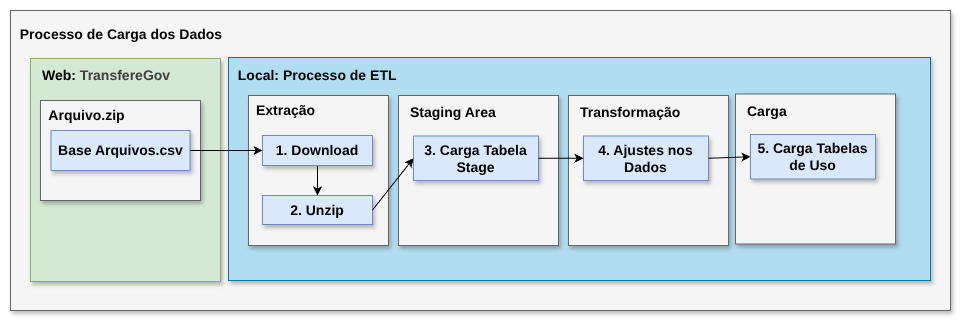
The draw.io diagram docs/arquitetura_etl.png in rafaelfreitaslima29/siconv_valida, before a commit. Source tidied: cells renumbered, new cells last; positions are measured from the earlier drawing's top-left corner, leaving out a move shared by most shapes. Its diagram source:
```xml
<mxGraphModel>
  <root>
    <mxCell id="0" />
    <mxCell id="1" parent="0" />
    <mxCell id="2" style="rounded=0;whiteSpace=wrap;html=1;strokeColor=none;" parent="1" vertex="1">
      <mxGeometry width="960" height="320" as="geometry" />
    </mxCell>
    <mxCell id="3" style="rounded=0;whiteSpace=wrap;html=1;shadow=1;fillColor=#f5f5f5;fontColor=#333333;strokeColor=#666666;" parent="1" vertex="1">
      <mxGeometry x="10" y="10" width="940" height="300" as="geometry" />
    </mxCell>
    <mxCell id="4" value="&lt;b&gt;&lt;font style=&quot;font-size: 14px;&quot;&gt;&amp;nbsp; Processo de Carga dos Dados&lt;/font&gt;&lt;/b&gt;" style="text;html=1;align=left;verticalAlign=middle;whiteSpace=wrap;rounded=0;" parent="1" vertex="1">
      <mxGeometry x="10" y="19" width="230" height="30" as="geometry" />
    </mxCell>
    <mxCell id="5" style="rounded=0;whiteSpace=wrap;html=1;shadow=1;fillColor=#d5e8d4;strokeColor=#82b366;" parent="1" vertex="1">
      <mxGeometry x="30" y="58" width="190" height="223" as="geometry" />
    </mxCell>
    <mxCell id="6" value="&lt;b&gt;&lt;font style=&quot;font-size: 14px;&quot;&gt;Web:&amp;nbsp;&lt;/font&gt;&lt;/b&gt;&lt;b style=&quot;color: rgb(63, 63, 63); scrollbar-color: rgb(226, 226, 226) rgb(251, 251, 251);&quot;&gt;&lt;font style=&quot;color: rgb(63, 63, 63); scrollbar-color: rgb(226, 226, 226) rgb(251, 251, 251); font-size: 14px;&quot;&gt;TransfereGov&lt;/font&gt;&lt;/b&gt;" style="text;html=1;align=left;verticalAlign=middle;whiteSpace=wrap;rounded=0;" parent="1" vertex="1">
      <mxGeometry x="40" y="60" width="170" height="30" as="geometry" />
    </mxCell>
    <mxCell id="7" style="rounded=0;whiteSpace=wrap;html=1;shadow=1;fillColor=#f5f5f5;fontColor=#333333;strokeColor=#666666;" parent="1" vertex="1">
      <mxGeometry x="40" y="100" width="160" height="100" as="geometry" />
    </mxCell>
    <mxCell id="8" value="&lt;b&gt;&lt;font style=&quot;font-size: 14px;&quot;&gt;&amp;nbsp;Arquivo.zip&lt;/font&gt;&lt;/b&gt;" style="text;html=1;align=left;verticalAlign=middle;whiteSpace=wrap;rounded=0;" parent="1" vertex="1">
      <mxGeometry x="42.9" y="100" width="153.4" height="30" as="geometry" />
    </mxCell>
    <mxCell id="9" value="&lt;b&gt;&lt;font style=&quot;font-size: 14px;&quot;&gt;Base Arquivos.csv&lt;/font&gt;&lt;/b&gt;" style="rounded=0;whiteSpace=wrap;html=1;shadow=1;fillColor=#dae8fc;strokeColor=#6c8ebf;" parent="1" vertex="1">
      <mxGeometry x="50.5" y="130" width="139" height="40" as="geometry" />
    </mxCell>
    <mxCell id="10" style="rounded=0;whiteSpace=wrap;html=1;shadow=1;fillColor=#b1ddf0;strokeColor=#10739e;" parent="1" vertex="1">
      <mxGeometry x="228" y="57" width="702" height="223" as="geometry" />
    </mxCell>
    <mxCell id="11" value="&lt;b&gt;&lt;font style=&quot;font-size: 14px;&quot;&gt;&amp;nbsp; Local: Processo de ETL&lt;/font&gt;&lt;/b&gt;" style="text;html=1;align=left;verticalAlign=middle;whiteSpace=wrap;rounded=0;" parent="1" vertex="1">
      <mxGeometry x="228" y="60" width="202.5" height="30" as="geometry" />
    </mxCell>
    <mxCell id="12" style="rounded=0;whiteSpace=wrap;html=1;shadow=1;fillColor=#f5f5f5;fontColor=#333333;strokeColor=#666666;" parent="1" vertex="1">
      <mxGeometry x="398" y="95" width="160" height="150" as="geometry" />
    </mxCell>
    <mxCell id="13" value="&lt;b&gt;&lt;font style=&quot;font-size: 14px;&quot;&gt;Staging Area&lt;/font&gt;&lt;/b&gt;" style="text;html=1;align=left;verticalAlign=middle;whiteSpace=wrap;rounded=0;" parent="1" vertex="1">
      <mxGeometry x="408" y="97" width="130" height="30" as="geometry" />
    </mxCell>
    <mxCell id="14" style="group;" parent="1" vertex="1">
      <mxGeometry x="248" y="95" width="140" height="150" as="geometry" />
    </mxCell>
    <mxCell id="15" style="rounded=0;whiteSpace=wrap;html=1;shadow=1;fillColor=#f5f5f5;fontColor=#333333;strokeColor=#666666;" parent="14" vertex="1">
      <mxGeometry width="140" height="150" as="geometry" />
    </mxCell>
    <mxCell id="16" value="&lt;b&gt;&lt;font style=&quot;font-size: 14px;&quot;&gt;Extração&lt;/font&gt;&lt;/b&gt;" style="text;html=1;align=left;verticalAlign=middle;whiteSpace=wrap;rounded=0;" parent="14" vertex="1">
      <mxGeometry x="6.2" width="133.8" height="30" as="geometry" />
    </mxCell>
    <mxCell id="17" style="edgeStyle=none;html=1;exitX=0.5;exitY=1;exitDx=0;exitDy=0;entryX=0.5;entryY=0;entryDx=0;entryDy=0;" parent="14" edge="1" source="18" target="19">
      <mxGeometry relative="1" as="geometry" />
    </mxCell>
    <mxCell id="18" value="&lt;b&gt;&lt;font style=&quot;font-size: 14px;&quot;&gt;1. Download&lt;/font&gt;&lt;/b&gt;" style="rounded=0;whiteSpace=wrap;html=1;shadow=1;fillColor=#dae8fc;strokeColor=#6c8ebf;" parent="14" vertex="1">
      <mxGeometry x="14" y="40" width="110" height="30" as="geometry" />
    </mxCell>
    <mxCell id="19" value="&lt;b&gt;&lt;font style=&quot;font-size: 14px;&quot;&gt;2. Unzip&lt;/font&gt;&lt;/b&gt;" style="rounded=0;whiteSpace=wrap;html=1;shadow=1;fillColor=#dae8fc;strokeColor=#6c8ebf;" parent="14" vertex="1">
      <mxGeometry x="14" y="100" width="110" height="29" as="geometry" />
    </mxCell>
    <mxCell id="20" style="edgeStyle=none;html=1;exitX=1;exitY=0.5;exitDx=0;exitDy=0;entryX=0;entryY=0.5;entryDx=0;entryDy=0;" parent="1" edge="1" source="9" target="18">
      <mxGeometry relative="1" as="geometry" />
    </mxCell>
    <mxCell id="21" value="&lt;b&gt;&lt;font style=&quot;font-size: 14px;&quot;&gt;3. Carga Tabela Stage&lt;/font&gt;&lt;/b&gt;" style="rounded=0;whiteSpace=wrap;html=1;shadow=1;fillColor=#dae8fc;strokeColor=#6c8ebf;" parent="1" vertex="1">
      <mxGeometry x="413" y="135.5" width="125" height="44.5" as="geometry" />
    </mxCell>
    <mxCell id="22" style="rounded=0;whiteSpace=wrap;html=1;shadow=1;fillColor=#f5f5f5;fontColor=#333333;strokeColor=#666666;" parent="1" vertex="1">
      <mxGeometry x="568" y="95" width="160" height="150" as="geometry" />
    </mxCell>
    <mxCell id="23" value="&lt;b&gt;&lt;font style=&quot;font-size: 14px;&quot;&gt;Transformação&lt;/font&gt;&lt;/b&gt;" style="text;html=1;align=left;verticalAlign=middle;whiteSpace=wrap;rounded=0;" parent="1" vertex="1">
      <mxGeometry x="578" y="97" width="130" height="30" as="geometry" />
    </mxCell>
    <mxCell id="24" value="&lt;b&gt;&lt;font style=&quot;font-size: 14px;&quot;&gt;4. Ajustes nos Dados&lt;/font&gt;&lt;/b&gt;" style="rounded=0;whiteSpace=wrap;html=1;shadow=1;fillColor=#dae8fc;strokeColor=#6c8ebf;" parent="1" vertex="1">
      <mxGeometry x="583" y="135.5" width="125" height="44.5" as="geometry" />
    </mxCell>
    <mxCell id="25" style="rounded=0;whiteSpace=wrap;html=1;shadow=1;fillColor=#f5f5f5;fontColor=#333333;strokeColor=#666666;" parent="1" vertex="1">
      <mxGeometry x="735" y="93.5" width="160" height="150" as="geometry" />
    </mxCell>
    <mxCell id="26" value="&lt;b&gt;&lt;font style=&quot;font-size: 14px;&quot;&gt;Carga&lt;/font&gt;&lt;/b&gt;" style="text;html=1;align=left;verticalAlign=middle;whiteSpace=wrap;rounded=0;" parent="1" vertex="1">
      <mxGeometry x="745" y="95.5" width="130" height="30" as="geometry" />
    </mxCell>
    <mxCell id="27" value="&lt;b&gt;&lt;font style=&quot;font-size: 14px;&quot;&gt;5. Carga Tabelas de Uso&lt;/font&gt;&lt;/b&gt;" style="rounded=0;whiteSpace=wrap;html=1;shadow=1;fillColor=#dae8fc;strokeColor=#6c8ebf;" parent="1" vertex="1">
      <mxGeometry x="750" y="134" width="125" height="44.5" as="geometry" />
    </mxCell>
    <mxCell id="28" style="edgeStyle=none;html=1;exitX=1;exitY=0.5;exitDx=0;exitDy=0;entryX=0;entryY=0.5;entryDx=0;entryDy=0;" parent="1" edge="1" source="19" target="21">
      <mxGeometry relative="1" as="geometry" />
    </mxCell>
    <mxCell id="29" style="edgeStyle=none;html=1;exitX=1;exitY=0.5;exitDx=0;exitDy=0;entryX=0;entryY=0.5;entryDx=0;entryDy=0;" parent="1" edge="1" source="24" target="27">
      <mxGeometry relative="1" as="geometry" />
    </mxCell>
    <mxCell id="30" style="edgeStyle=none;html=1;exitX=1;exitY=0.5;exitDx=0;exitDy=0;entryX=0;entryY=0.5;entryDx=0;entryDy=0;" parent="1" edge="1" source="21" target="24">
      <mxGeometry relative="1" as="geometry" />
    </mxCell>
  </root>
</mxGraphModel>
```
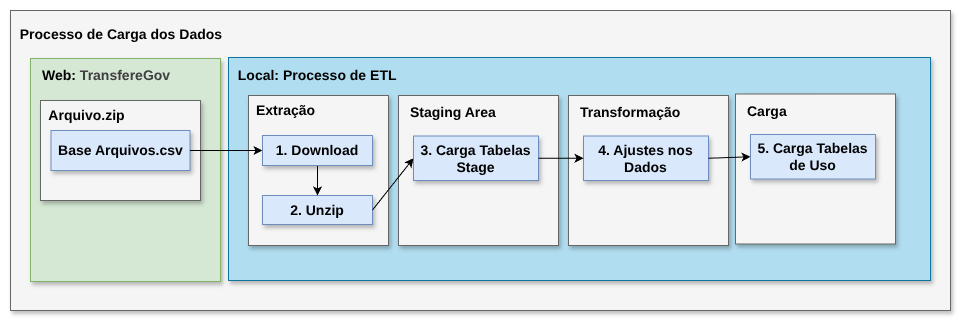
The same file after the commit.

Diff of the diagram source:
```diff
@@ -59,7 +59,7 @@
     <mxCell id="20" style="edgeStyle=none;html=1;exitX=1;exitY=0.5;exitDx=0;exitDy=0;entryX=0;entryY=0.5;entryDx=0;entryDy=0;" parent="1" edge="1" source="9" target="18">
       <mxGeometry relative="1" as="geometry" />
     </mxCell>
-    <mxCell id="21" value="&lt;b&gt;&lt;font style=&quot;font-size: 14px;&quot;&gt;3. Carga Tabela Stage&lt;/font&gt;&lt;/b&gt;" style="rounded=0;whiteSpace=wrap;html=1;shadow=1;fillColor=#dae8fc;strokeColor=#6c8ebf;" parent="1" vertex="1">
+    <mxCell id="21" value="&lt;b&gt;&lt;font style=&quot;font-size: 14px;&quot;&gt;3. Carga Tabelas Stage&lt;/font&gt;&lt;/b&gt;" style="rounded=0;whiteSpace=wrap;html=1;shadow=1;fillColor=#dae8fc;strokeColor=#6c8ebf;" parent="1" vertex="1">
       <mxGeometry x="413" y="135.5" width="125" height="44.5" as="geometry" />
     </mxCell>
     <mxCell id="22" style="rounded=0;whiteSpace=wrap;html=1;shadow=1;fillColor=#f5f5f5;fontColor=#333333;strokeColor=#666666;" parent="1" vertex="1">
```
